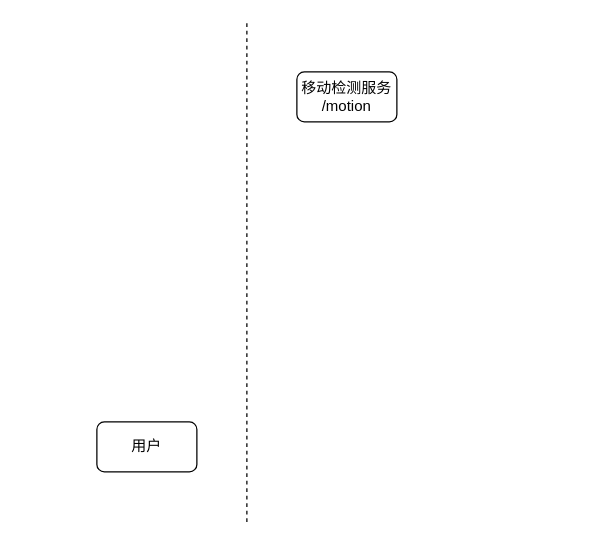
Earlier version of the draw.io diagram page "系统工作流" (5 of 6) of directory/边缘架构.drawio (lllwwwooo/draw.io). Source tidied: cells renumbered, new cells numbered last; positions are measured from the earlier drawing's top-left corner, leaving out a move shared by most shapes. Both pictures are drawn from the tidied source at 125%, with x=0, y=0 at pixel (96, 21).
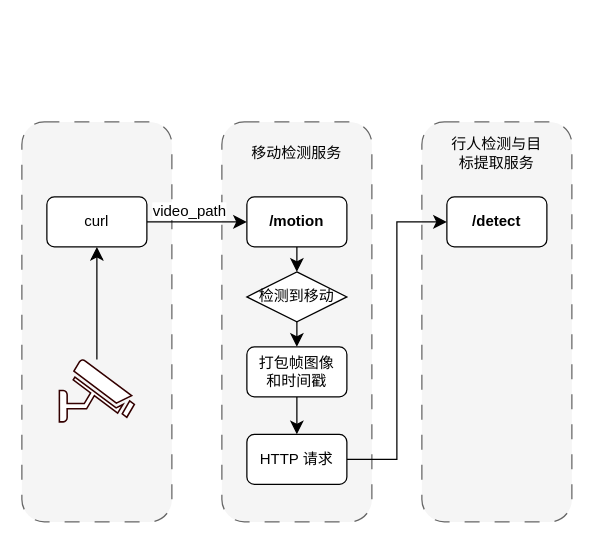
Above is the later version.

Commit message:
更新边缘架构.drawio

Change to the diagram source:
```diff
@@
+    <mxCell id="5" style="rounded=1;whiteSpace=wrap;html=1;dashed=1;dashPattern=12 12;fillColor=#f5f5f5;fontColor=#333333;strokeColor=#666666;" parent="1" vertex="1">
+      <mxGeometry x="260" y="80" width="120" height="320" as="geometry" />
+    </mxCell>
+    <mxCell id="6" style="rounded=1;whiteSpace=wrap;html=1;dashed=1;dashPattern=12 12;fillColor=#f5f5f5;fontColor=#333333;strokeColor=#666666;" parent="1" vertex="1">
+      <mxGeometry x="-60" y="80" width="120" height="320" as="geometry" />
+    </mxCell>
+    <mxCell id="7" style="rounded=1;whiteSpace=wrap;html=1;dashed=1;dashPattern=12 12;fillColor=#f5f5f5;fontColor=#333333;strokeColor=#666666;" parent="1" vertex="1">
+      <mxGeometry x="100" y="80" width="120" height="320" as="geometry" />
+    </mxCell>
+    <mxCell id="8" style="edgeStyle=none;curved=1;rounded=0;jettySize=auto;html=1;exitX=1;exitY=0.5;exitDx=0;exitDy=0;entryX=0;entryY=0.5;entryDx=0;entryDy=0;fontSize=12;startSize=8;endSize=8;" parent="1" edge="1" source="2" target="4">
+      <mxGeometry relative="1" as="geometry" />
+    </mxCell>
+    <mxCell id="9" value="&lt;div&gt;&lt;span style=&quot;background-color: light-dark(#ffffff, var(--ge-dark-color, #121212)); color: light-dark(rgb(0, 0, 0), rgb(255, 255, 255));&quot;&gt;video_path&lt;/span&gt;&lt;/div&gt;" style="edgeLabel;html=1;align=center;verticalAlign=bottom;fontSize=12;labelPosition=center;verticalLabelPosition=top;" parent="8" vertex="1">
+      <mxGeometry x="-0.34" y="2" relative="1" as="geometry">
+        <mxPoint x="7" y="2" as="offset" />
+      </mxGeometry>
+    </mxCell>
-    <mxCell id="2" value="用户" style="rounded=1;whiteSpace=wrap;html=1;" parent="1" vertex="1">
-      <mxGeometry y="320" width="80" height="40" as="geometry" />
+    <mxCell id="2" value="&lt;div&gt;curl&lt;/div&gt;" style="rounded=1;whiteSpace=wrap;html=1;" parent="1" vertex="1">
+      <mxGeometry x="-40" y="140" width="80" height="40" as="geometry" />
     </mxCell>
-    <mxCell id="3" style="endArrow=none;dashed=1;html=1;rounded=0;" parent="1" edge="1">
-      <mxGeometry relative="1" as="geometry">
-        <mxPoint x="120" y="400" as="sourcePoint" />
-        <mxPoint x="120" as="targetPoint" />
-      </mxGeometry>
-    </mxCell>
+    <mxCell id="10" style="edgeStyle=none;curved=1;rounded=0;jettySize=auto;html=1;exitX=0.5;exitY=1;exitDx=0;exitDy=0;entryX=0.5;entryY=0;entryDx=0;entryDy=0;fontSize=12;startSize=8;endSize=8;" parent="1" edge="1" source="4" target="15">
+      <mxGeometry relative="1" as="geometry" />
+    </mxCell>
-    <mxCell id="4" value="移动检测服务&lt;div&gt;/motion&lt;/div&gt;" style="rounded=1;whiteSpace=wrap;html=1;" parent="1" vertex="1">
-      <mxGeometry x="160" y="40" width="80" height="40" as="geometry" />
+    <mxCell id="4" value="&lt;div&gt;&lt;b&gt;/motion&lt;/b&gt;&lt;/div&gt;" style="rounded=1;whiteSpace=wrap;html=1;" parent="1" vertex="1">
+      <mxGeometry x="120" y="140" width="80" height="40" as="geometry" />
     </mxCell>
+    <mxCell id="11" style="fontColor=#0066CC;verticalAlign=top;verticalLabelPosition=bottom;labelPosition=center;align=center;html=1;outlineConnect=0;fillColor=#FFFFFF;strokeColor=#330000;gradientColor=none;gradientDirection=north;strokeWidth=2;shape=mxgraph.networks.security_camera;" parent="1" vertex="1">
+      <mxGeometry x="-30" y="270" width="60" height="50" as="geometry" />
+    </mxCell>
+    <mxCell id="12" style="endArrow=classic;html=1;rounded=0;fontSize=12;startSize=8;endSize=8;curved=1;entryX=0.5;entryY=1;entryDx=0;entryDy=0;" parent="1" edge="1" source="11" target="2">
+      <mxGeometry relative="1" as="geometry" />
+    </mxCell>
+    <mxCell id="13" value="移动检测服务" style="text;html=1;align=center;verticalAlign=middle;whiteSpace=wrap;rounded=0;" parent="1" vertex="1">
+      <mxGeometry x="120" y="90" width="80" height="30" as="geometry" />
+    </mxCell>
+    <mxCell id="14" style="edgeStyle=none;curved=1;rounded=0;jettySize=auto;html=1;exitX=0.5;exitY=1;exitDx=0;exitDy=0;entryX=0.5;entryY=0;entryDx=0;entryDy=0;fontSize=12;startSize=8;endSize=8;" parent="1" edge="1" source="15" target="21">
+      <mxGeometry relative="1" as="geometry" />
+    </mxCell>
+    <mxCell id="15" value="检测到移动" style="rhombus;whiteSpace=wrap;html=1;" parent="1" vertex="1">
+      <mxGeometry x="120" y="200" width="80" height="40" as="geometry" />
+    </mxCell>
+    <mxCell id="16" style="edgeStyle=elbowEdgeStyle;rounded=0;jettySize=auto;html=1;exitX=1;exitY=0.5;exitDx=0;exitDy=0;entryX=0;entryY=0.5;entryDx=0;entryDy=0;fontSize=12;startSize=8;endSize=8;" parent="1" edge="1" source="17" target="18">
+      <mxGeometry relative="1" as="geometry" />
+    </mxCell>
+    <mxCell id="17" value="&lt;span style=&quot;text-wrap-mode: nowrap; background-color: rgb(255, 255, 255);&quot;&gt;HTTP 请求&lt;/span&gt;" style="rounded=1;whiteSpace=wrap;html=1;" parent="1" vertex="1">
+      <mxGeometry x="120" y="330" width="80" height="40" as="geometry" />
+    </mxCell>
+    <mxCell id="18" value="&lt;div&gt;&lt;b&gt;/detect&lt;/b&gt;&lt;/div&gt;" style="rounded=1;whiteSpace=wrap;html=1;" parent="1" vertex="1">
+      <mxGeometry x="280" y="140" width="80" height="40" as="geometry" />
+    </mxCell>
+    <mxCell id="19" value="行人检测与目标提取服务" style="text;html=1;align=center;verticalAlign=middle;whiteSpace=wrap;rounded=0;" parent="1" vertex="1">
+      <mxGeometry x="280" y="90" width="80" height="30" as="geometry" />
+    </mxCell>
+    <mxCell id="20" style="edgeStyle=none;curved=1;rounded=0;jettySize=auto;html=1;exitX=0.5;exitY=1;exitDx=0;exitDy=0;entryX=0.5;entryY=0;entryDx=0;entryDy=0;fontSize=12;startSize=8;endSize=8;" parent="1" edge="1" source="21" target="17">
+      <mxGeometry relative="1" as="geometry" />
+    </mxCell>
+    <mxCell id="21" value="&lt;span style=&quot;text-wrap-mode: nowrap; background-color: rgb(255, 255, 255);&quot;&gt;打包&lt;/span&gt;&lt;span style=&quot;background-color: light-dark(rgb(255, 255, 255), rgb(18, 18, 18)); text-wrap-mode: nowrap; color: light-dark(rgb(0, 0, 0), rgb(255, 255, 255));&quot;&gt;帧图像&lt;/span&gt;&lt;div&gt;&lt;span style=&quot;text-wrap-mode: nowrap; background-color: rgb(255, 255, 255);&quot;&gt;和时间戳&lt;/span&gt;&lt;/div&gt;" style="rounded=1;whiteSpace=wrap;html=1;" parent="1" vertex="1">
+      <mxGeometry x="120" y="260" width="80" height="40" as="geometry" />
+    </mxCell>
```
